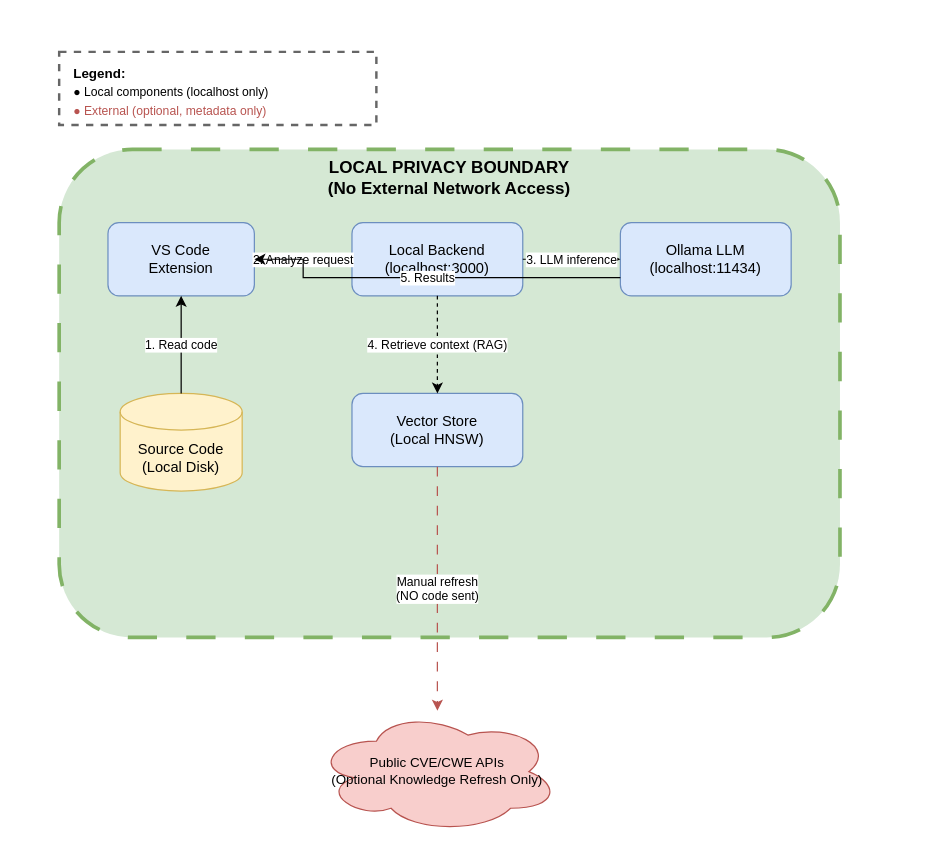
The draw.io diagram code-guardian-thesis-report/images/privacy_boundary.drawio in mdhafizur/tuc-master-thesis, before the edit. Source tidied: cells renumbered, new cells numbered last; positions are measured from the earlier drawing's top-left corner, leaving out a move shared by most shapes. Both pictures are drawn from the tidied source at 122%, with x=0, y=0 at pixel (59, 51).
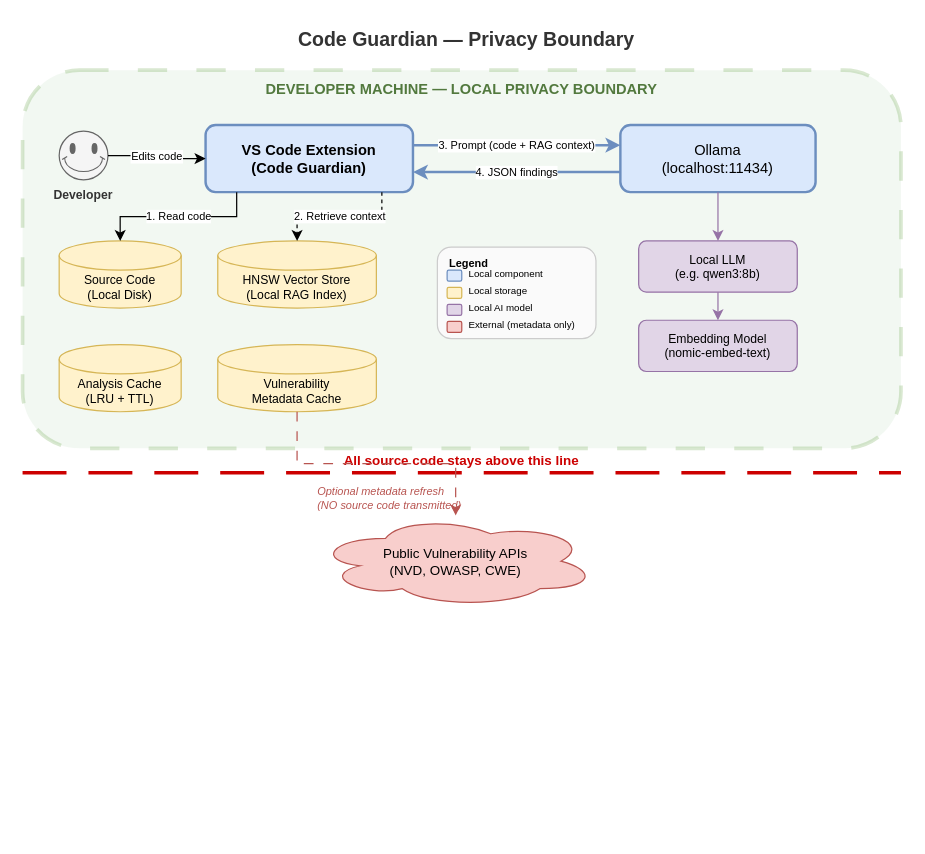
Above is the later version.

The edit, as a diff of the source:
```diff
@@
+    <mxCell id="19" value="Code Guardian — Privacy Boundary" style="text;html=1;strokeColor=none;fillColor=none;align=center;verticalAlign=middle;whiteSpace=wrap;fontSize=16;fontStyle=1;fontColor=#333333;" parent="1" vertex="1">
+      <mxGeometry x="84" y="-25" width="500" height="30" as="geometry" />
+    </mxCell>
-    <mxCell id="2" value="LOCAL PRIVACY BOUNDARY&#10;(No External Network Access)" style="rounded=1;whiteSpace=wrap;html=1;fillColor=#d5e8d4;strokeColor=#82b366;strokeWidth=3;verticalAlign=top;fontSize=14;fontStyle=1;dashed=1;dashPattern=8 8;" parent="1" vertex="1">
-      <mxGeometry y="80" width="640" height="400" as="geometry" />
+    <mxCell id="2" style="rounded=1;whiteSpace=wrap;html=1;fillColor=#d5e8d4;strokeColor=#82b366;strokeWidth=3;dashed=1;dashPattern=8 8;opacity=30;" parent="1" vertex="1">
+      <mxGeometry x="-30" y="15" width="720" height="310" as="geometry" />
     </mxCell>
+    <mxCell id="20" value="DEVELOPER MACHINE  —  LOCAL PRIVACY BOUNDARY" style="text;html=1;strokeColor=none;fillColor=none;align=center;verticalAlign=middle;whiteSpace=wrap;fontSize=12;fontStyle=1;fontColor=#52793e;" parent="1" vertex="1">
+      <mxGeometry x="70" y="20" width="520" height="22" as="geometry" />
+    </mxCell>
+    <mxCell id="21" style="shape=mxgraph.basic.smiley;whiteSpace=wrap;html=1;fillColor=#f5f5f5;strokeColor=#666666;" parent="1" vertex="1">
+      <mxGeometry y="65" width="40" height="40" as="geometry" />
+    </mxCell>
+    <mxCell id="22" value="Developer" style="text;html=1;strokeColor=none;fillColor=none;align=center;verticalAlign=top;whiteSpace=wrap;fontSize=10;fontStyle=1;fontColor=#333333;" parent="1" vertex="1">
+      <mxGeometry x="-15" y="105" width="70" height="18" as="geometry" />
+    </mxCell>
-    <mxCell id="3" value="VS Code&#10;Extension" style="rounded=1;whiteSpace=wrap;html=1;fillColor=#dae8fc;strokeColor=#6c8ebf;fontSize=12;" parent="1" vertex="1">
-      <mxGeometry x="40" y="140" width="120" height="60" as="geometry" />
+    <mxCell id="3" value="VS Code Extension&#10;(Code Guardian)" style="rounded=1;whiteSpace=wrap;html=1;fillColor=#dae8fc;strokeColor=#6c8ebf;fontSize=12;fontStyle=1;strokeWidth=2;" parent="1" vertex="1">
+      <mxGeometry x="120" y="60" width="170" height="55" as="geometry" />
     </mxCell>
-    <mxCell id="4" value="Local Backend&#10;(localhost:3000)" style="rounded=1;whiteSpace=wrap;html=1;fillColor=#dae8fc;strokeColor=#6c8ebf;fontSize=12;" parent="1" vertex="1">
-      <mxGeometry x="240" y="140" width="140" height="60" as="geometry" />
-    </mxCell>
-    <mxCell id="5" value="Ollama LLM&#10;(localhost:11434)" style="rounded=1;whiteSpace=wrap;html=1;fillColor=#dae8fc;strokeColor=#6c8ebf;fontSize=12;" parent="1" vertex="1">
-      <mxGeometry x="460" y="140" width="140" height="60" as="geometry" />
+    <mxCell id="5" value="Ollama&#10;(localhost:11434)" style="rounded=1;whiteSpace=wrap;html=1;fillColor=#dae8fc;strokeColor=#6c8ebf;fontSize=12;strokeWidth=2;" parent="1" vertex="1">
+      <mxGeometry x="460" y="60" width="160" height="55" as="geometry" />
     </mxCell>
+    <mxCell id="23" value="Edits code" style="edgeStyle=orthogonalEdgeStyle;rounded=0;html=1;fontSize=9;" parent="1" edge="1" source="21" target="3">
+      <mxGeometry relative="1" as="geometry" />
+    </mxCell>
+    <mxCell id="24" value="3. Prompt (code + RAG context)" style="edgeStyle=orthogonalEdgeStyle;rounded=0;html=1;fontSize=9;exitX=1;exitY=0.3;exitDx=0;exitDy=0;entryX=0;entryY=0.3;entryDx=0;entryDy=0;strokeWidth=2;strokeColor=#6c8ebf;" parent="1" edge="1" source="3" target="5">
+      <mxGeometry relative="1" as="geometry" />
+    </mxCell>
+    <mxCell id="12" value="4. JSON findings" style="edgeStyle=orthogonalEdgeStyle;rounded=0;html=1;fontSize=9;exitX=0;exitY=0.7;exitDx=0;exitDy=0;entryX=1;entryY=0.7;entryDx=0;entryDy=0;strokeWidth=2;strokeColor=#6c8ebf;" parent="1" edge="1" source="5" target="3">
+      <mxGeometry relative="1" as="geometry" />
+    </mxCell>
+    <mxCell id="7" value="Source Code&#10;(Local Disk)" style="shape=cylinder3;whiteSpace=wrap;html=1;boundedLbl=1;backgroundOutline=1;size=12;fillColor=#fff2cc;strokeColor=#d6b656;fontSize=10;" parent="1" vertex="1">
+      <mxGeometry y="155" width="100" height="55" as="geometry" />
+    </mxCell>
-    <mxCell id="6" value="Vector Store&#10;(Local HNSW)" style="rounded=1;whiteSpace=wrap;html=1;fillColor=#dae8fc;strokeColor=#6c8ebf;fontSize=12;" parent="1" vertex="1">
-      <mxGeometry x="240" y="280" width="140" height="60" as="geometry" />
+    <mxCell id="6" value="HNSW Vector Store&#10;(Local RAG Index)" style="shape=cylinder3;whiteSpace=wrap;html=1;boundedLbl=1;backgroundOutline=1;size=12;fillColor=#fff2cc;strokeColor=#d6b656;fontSize=10;" parent="1" vertex="1">
+      <mxGeometry x="130" y="155" width="130" height="55" as="geometry" />
     </mxCell>
-    <mxCell id="7" value="Source Code&#10;(Local Disk)" style="shape=cylinder3;whiteSpace=wrap;html=1;boundedLbl=1;backgroundOutline=1;size=15;fillColor=#fff2cc;strokeColor=#d6b656;" parent="1" vertex="1">
-      <mxGeometry x="50" y="280" width="100" height="80" as="geometry" />
-    </mxCell>
+    <mxCell id="25" value="Analysis Cache&#10;(LRU + TTL)" style="shape=cylinder3;whiteSpace=wrap;html=1;boundedLbl=1;backgroundOutline=1;size=12;fillColor=#fff2cc;strokeColor=#d6b656;fontSize=10;" parent="1" vertex="1">
+      <mxGeometry y="240" width="100" height="55" as="geometry" />
+    </mxCell>
+    <mxCell id="26" value="Vulnerability&#10;Metadata Cache" style="shape=cylinder3;whiteSpace=wrap;html=1;boundedLbl=1;backgroundOutline=1;size=12;fillColor=#fff2cc;strokeColor=#d6b656;fontSize=10;" parent="1" vertex="1">
+      <mxGeometry x="130" y="240" width="130" height="55" as="geometry" />
+    </mxCell>
+    <mxCell id="27" value="Local LLM&#10;(e.g. qwen3:8b)" style="rounded=1;whiteSpace=wrap;html=1;fillColor=#e1d5e7;strokeColor=#9673a6;fontSize=10;" parent="1" vertex="1">
+      <mxGeometry x="475" y="155" width="130" height="42" as="geometry" />
+    </mxCell>
+    <mxCell id="28" value="Embedding Model&#10;(nomic-embed-text)" style="rounded=1;whiteSpace=wrap;html=1;fillColor=#e1d5e7;strokeColor=#9673a6;fontSize=10;" parent="1" vertex="1">
+      <mxGeometry x="475" y="220" width="130" height="42" as="geometry" />
+    </mxCell>
+    <mxCell id="29" style="rounded=0;html=1;strokeColor=#9673a6;" parent="1" edge="1" source="5" target="27">
+      <mxGeometry relative="1" as="geometry" />
+    </mxCell>
+    <mxCell id="30" style="rounded=0;html=1;strokeColor=#9673a6;" parent="1" edge="1" source="27" target="28">
+      <mxGeometry relative="1" as="geometry" />
+    </mxCell>
-    <mxCell id="8" value="1. Read code" style="edgeStyle=orthogonalEdgeStyle;rounded=0;jettySize=auto;html=1;entryX=0.5;entryY=1;entryDx=0;entryDy=0;fontSize=10;" parent="1" edge="1" source="7" target="3">
-      <mxGeometry relative="1" as="geometry" />
+    <mxCell id="8" value="1. Read code" style="edgeStyle=orthogonalEdgeStyle;rounded=0;html=1;fontSize=9;exitX=0.15;exitY=1;exitDx=0;exitDy=0;entryX=0.5;entryY=0;entryDx=0;entryDy=0;entryPerimeter=0;" parent="1" edge="1" source="3" target="7">
+      <mxGeometry relative="1" as="geometry">
+        <Array as="points">
+          <mxPoint x="146" y="135" />
+          <mxPoint x="50" y="135" />
+        </Array>
+      </mxGeometry>
     </mxCell>
-    <mxCell id="9" value="2. Analyze request" style="edgeStyle=orthogonalEdgeStyle;rounded=0;jettySize=auto;html=1;entryX=0;entryY=0.5;entryDx=0;entryDy=0;fontSize=10;" parent="1" edge="1" source="3" target="4">
-      <mxGeometry relative="1" as="geometry" />
-    </mxCell>
-    <mxCell id="10" value="3. LLM inference" style="edgeStyle=orthogonalEdgeStyle;rounded=0;jettySize=auto;html=1;entryX=0;entryY=0.5;entryDx=0;entryDy=0;fontSize=10;" parent="1" edge="1" source="4" target="5">
-      <mxGeometry relative="1" as="geometry" />
-    </mxCell>
-    <mxCell id="11" value="4. Retrieve context (RAG)" style="edgeStyle=orthogonalEdgeStyle;rounded=0;jettySize=auto;html=1;entryX=0.5;entryY=0;entryDx=0;entryDy=0;fontSize=10;dashed=1;" parent="1" edge="1" source="4" target="6">
-      <mxGeometry relative="1" as="geometry" />
-    </mxCell>
-    <mxCell id="12" value="5. Results" style="edgeStyle=orthogonalEdgeStyle;rounded=0;jettySize=auto;html=1;entryX=1;entryY=0.5;entryDx=0;entryDy=0;fontSize=10;exitX=0;exitY=0.75;exitDx=0;exitDy=0;" parent="1" edge="1" source="5" target="3">
-      <mxGeometry relative="1" as="geometry">
-        <Array as="points">
-          <mxPoint x="460" y="185" />
-          <mxPoint x="200" y="185" />
-          <mxPoint x="200" y="170" />
-        </Array>
-      </mxGeometry>
-    </mxCell>
-    <mxCell id="13" value="Public CVE/CWE APIs&#10;(Optional Knowledge Refresh Only)" style="ellipse;shape=cloud;whiteSpace=wrap;html=1;fillColor=#f8cecc;strokeColor=#b85450;fontSize=11;" parent="1" vertex="1">
-      <mxGeometry x="210" y="540" width="200" height="100" as="geometry" />
-    </mxCell>
-    <mxCell id="14" value="Manual refresh&#10;(NO code sent)" style="edgeStyle=orthogonalEdgeStyle;rounded=0;jettySize=auto;html=1;entryX=0.5;entryY=0;entryDx=0;entryDy=0;entryPerimeter=0;fontSize=10;strokeColor=#b85450;dashed=1;dashPattern=8 8;" parent="1" edge="1" source="6" target="13">
-      <mxGeometry relative="1" as="geometry" />
-    </mxCell>
+    <mxCell id="31" value="2. Retrieve context" style="edgeStyle=orthogonalEdgeStyle;rounded=0;html=1;fontSize=9;dashed=1;exitX=0.85;exitY=1;exitDx=0;exitDy=0;entryX=0.5;entryY=0;entryDx=0;entryDy=0;entryPerimeter=0;" parent="1" edge="1" source="3" target="6">
+      <mxGeometry relative="1" as="geometry">
+        <Array as="points">
+          <mxPoint x="265" y="135" />
+          <mxPoint x="195" y="135" />
+        </Array>
+      </mxGeometry>
+    </mxCell>
-    <mxCell id="15" style="rounded=0;whiteSpace=wrap;html=1;fillColor=none;strokeColor=#666666;strokeWidth=2;dashed=1;" parent="1" vertex="1">
-      <mxGeometry width="260" height="60" as="geometry" />
+    <mxCell id="15" style="rounded=1;whiteSpace=wrap;html=1;fillColor=#fafafa;strokeColor=#cccccc;strokeWidth=1;" parent="1" vertex="1">
+      <mxGeometry x="310" y="160" width="130" height="75" as="geometry" />
     </mxCell>
-    <mxCell id="16" value="Legend:" style="text;html=1;strokeColor=none;fillColor=none;align=left;verticalAlign=top;whiteSpace=wrap;fontSize=11;fontStyle=1;" parent="1" vertex="1">
-      <mxGeometry x="10" y="5" width="60" height="20" as="geometry" />
+    <mxCell id="16" value="Legend" style="text;html=1;strokeColor=none;fillColor=none;align=left;verticalAlign=top;whiteSpace=wrap;fontSize=9;fontStyle=1;" parent="1" vertex="1">
+      <mxGeometry x="318" y="162" width="50" height="14" as="geometry" />
     </mxCell>
-    <mxCell id="17" value="● Local components (localhost only)" style="text;html=1;strokeColor=none;fillColor=none;align=left;verticalAlign=middle;whiteSpace=wrap;fontSize=10;" parent="1" vertex="1">
-      <mxGeometry x="10" y="25" width="240" height="15" as="geometry" />
-    </mxCell>
-    <mxCell id="18" value="● External (optional, metadata only)" style="text;html=1;strokeColor=none;fillColor=none;align=left;verticalAlign=middle;whiteSpace=wrap;fontSize=10;fontColor=#b85450;" parent="1" vertex="1">
-      <mxGeometry x="10" y="40" width="240" height="15" as="geometry" />
-    </mxCell>
+    <mxCell id="32" style="rounded=1;whiteSpace=wrap;html=1;fillColor=#dae8fc;strokeColor=#6c8ebf;strokeWidth=1;" parent="1" vertex="1">
+      <mxGeometry x="318" y="179" width="12" height="9" as="geometry" />
+    </mxCell>
+    <mxCell id="33" value="Local component" style="text;html=1;strokeColor=none;fillColor=none;align=left;verticalAlign=middle;whiteSpace=wrap;fontSize=8;" parent="1" vertex="1">
+      <mxGeometry x="334" y="174" width="90" height="16" as="geometry" />
+    </mxCell>
+    <mxCell id="34" style="rounded=1;whiteSpace=wrap;html=1;fillColor=#fff2cc;strokeColor=#d6b656;strokeWidth=1;" parent="1" vertex="1">
+      <mxGeometry x="318" y="193" width="12" height="9" as="geometry" />
+    </mxCell>
+    <mxCell id="35" value="Local storage" style="text;html=1;strokeColor=none;fillColor=none;align=left;verticalAlign=middle;whiteSpace=wrap;fontSize=8;" parent="1" vertex="1">
+      <mxGeometry x="334" y="188" width="90" height="16" as="geometry" />
+    </mxCell>
+    <mxCell id="36" style="rounded=1;whiteSpace=wrap;html=1;fillColor=#e1d5e7;strokeColor=#9673a6;strokeWidth=1;" parent="1" vertex="1">
+      <mxGeometry x="318" y="207" width="12" height="9" as="geometry" />
+    </mxCell>
+    <mxCell id="37" value="Local AI model" style="text;html=1;strokeColor=none;fillColor=none;align=left;verticalAlign=middle;whiteSpace=wrap;fontSize=8;" parent="1" vertex="1">
+      <mxGeometry x="334" y="202" width="90" height="16" as="geometry" />
+    </mxCell>
+    <mxCell id="38" style="rounded=1;whiteSpace=wrap;html=1;fillColor=#f8cecc;strokeColor=#b85450;strokeWidth=1;" parent="1" vertex="1">
+      <mxGeometry x="318" y="221" width="12" height="9" as="geometry" />
+    </mxCell>
+    <mxCell id="39" value="External (metadata only)" style="text;html=1;strokeColor=none;fillColor=none;align=left;verticalAlign=middle;whiteSpace=wrap;fontSize=8;" parent="1" vertex="1">
+      <mxGeometry x="334" y="216" width="105" height="16" as="geometry" />
+    </mxCell>
+    <mxCell id="40" style="endArrow=none;html=1;strokeWidth=3;strokeColor=#cc0000;dashed=1;dashPattern=12 6;" parent="1" edge="1">
+      <mxGeometry relative="1" as="geometry">
+        <mxPoint x="-30" y="345" as="sourcePoint" />
+        <mxPoint x="690" y="345" as="targetPoint" />
+      </mxGeometry>
+    </mxCell>
+    <mxCell id="41" value="All source code stays above this line" style="text;html=1;strokeColor=none;fillColor=none;align=center;verticalAlign=middle;whiteSpace=wrap;fontSize=11;fontStyle=1;fontColor=#cc0000;" parent="1" vertex="1">
+      <mxGeometry x="140" y="327" width="380" height="16" as="geometry" />
+    </mxCell>
+    <mxCell id="13" value="Public Vulnerability APIs&#10;(NVD, OWASP, CWE)" style="ellipse;shape=cloud;whiteSpace=wrap;html=1;fillColor=#f8cecc;strokeColor=#b85450;fontSize=11;" parent="1" vertex="1">
+      <mxGeometry x="210" y="380" width="230" height="75" as="geometry" />
+    </mxCell>
+    <mxCell id="42" style="edgeStyle=orthogonalEdgeStyle;rounded=0;html=1;strokeColor=#b85450;dashed=1;dashPattern=8 8;exitX=0.5;exitY=1;exitDx=0;exitDy=0;exitPerimeter=0;entryX=0.5;entryY=0;entryDx=0;entryDy=0;entryPerimeter=0;" parent="1" edge="1" source="26" target="13">
+      <mxGeometry relative="1" as="geometry" />
+    </mxCell>
+    <mxCell id="43" value="Optional metadata refresh&#10;(NO source code transmitted)" style="text;html=1;strokeColor=none;fillColor=none;align=left;verticalAlign=middle;whiteSpace=wrap;fontSize=9;fontColor=#b85450;fontStyle=2;" parent="1" vertex="1">
+      <mxGeometry x="210" y="353" width="170" height="26" as="geometry" />
+    </mxCell>
```
